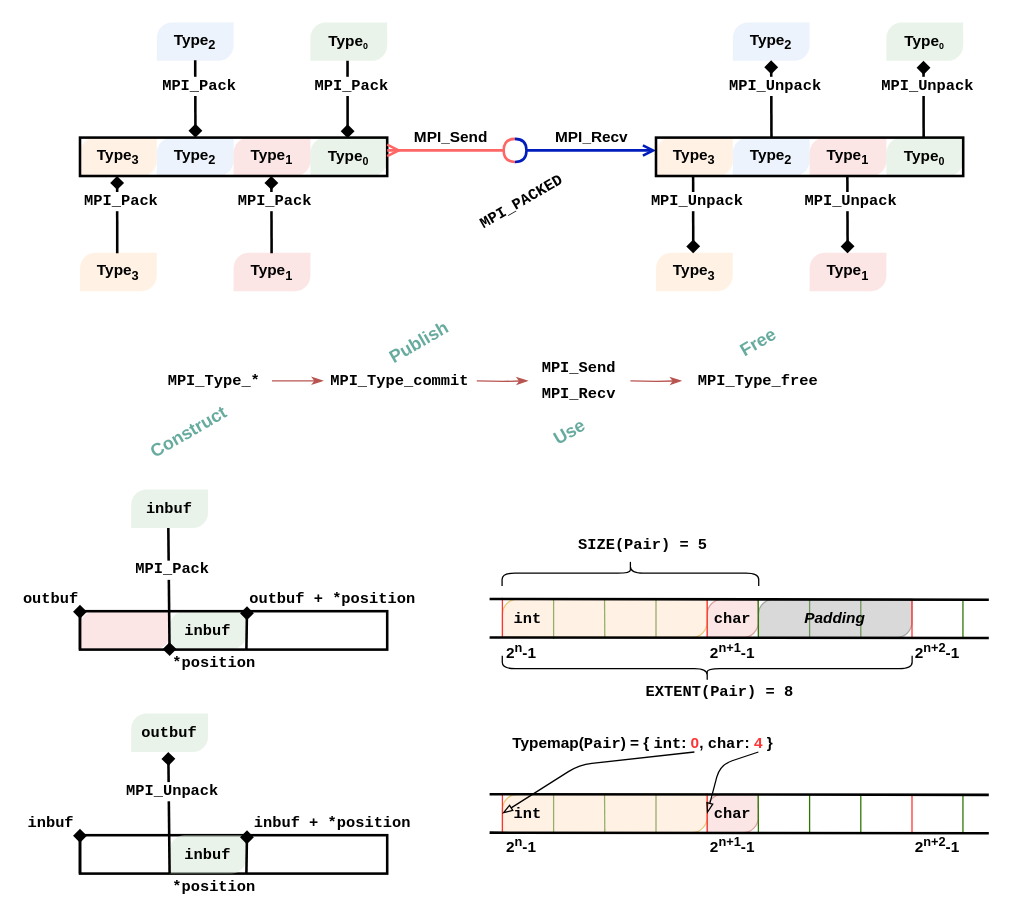
Before: content/diagrams/derived-datatypes.drawio in ENCCS/intermediate-mpi, a draw.io diagram. Source tidied: cells renumbered, new cells numbered last; positions are measured from the earlier drawing's top-left corner, leaving out a move shared by most shapes. Both pictures are drawn from the tidied source at 128%, with x=0, y=0 at pixel (22, 22).
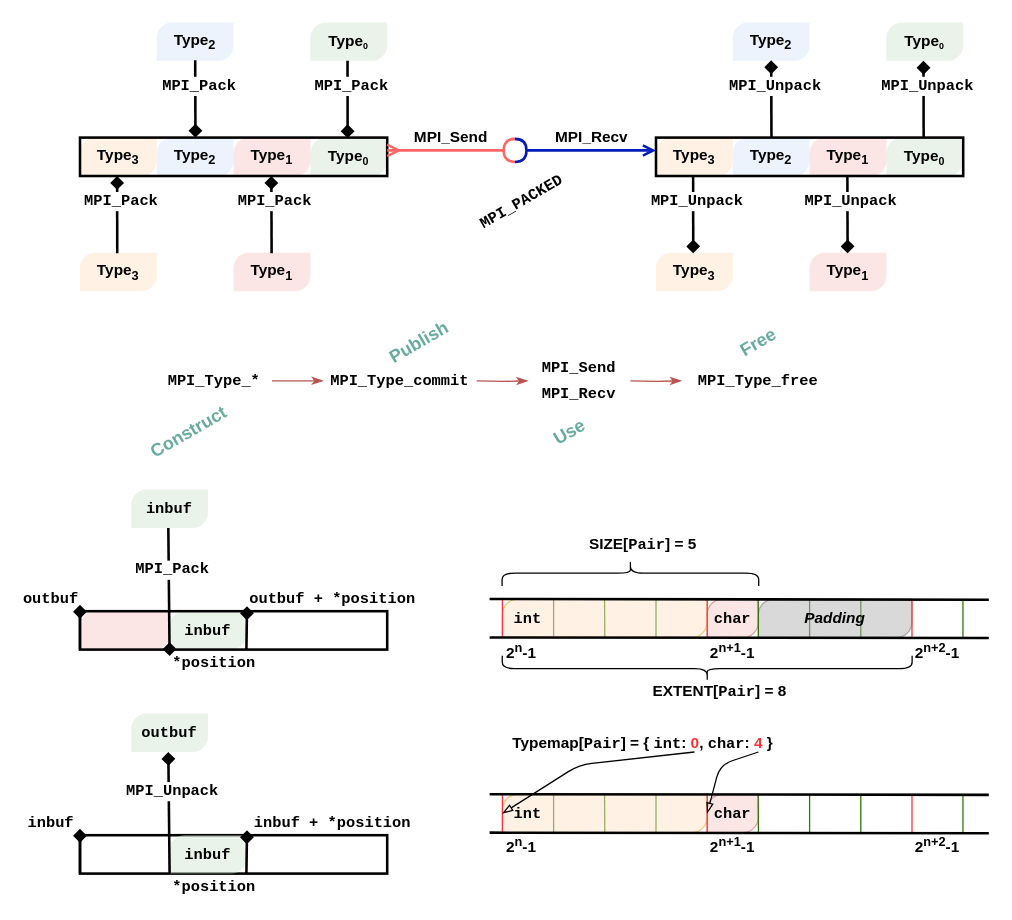
Above is the later version.

Change to the diagram source:
```diff
@@
-    <mxCell id="117" value="&lt;font face=&quot;Courier New&quot;&gt;&lt;b&gt;SIZE(Pair) = 5&lt;/b&gt;&lt;/font&gt;" style="text;html=1;strokeColor=none;fillColor=none;align=center;verticalAlign=middle;whiteSpace=wrap;rounded=0;" parent="1" vertex="1">
+    <mxCell id="117" value="&lt;b&gt;SIZE[&lt;font face=&quot;Courier New&quot;&gt;Pair&lt;/font&gt;] = 5&lt;/b&gt;" style="text;html=1;strokeColor=none;fillColor=none;align=center;verticalAlign=middle;whiteSpace=wrap;rounded=0;" parent="1" vertex="1">
       <mxGeometry x="425" y="400" width="120" height="15" as="geometry" />
     </mxCell>
-    <mxCell id="118" value="&lt;font face=&quot;Courier New&quot;&gt;&lt;b&gt;EXTENT(Pair) = 8&lt;/b&gt;&lt;/font&gt;" style="text;html=1;strokeColor=none;fillColor=none;align=center;verticalAlign=middle;whiteSpace=wrap;rounded=0;" parent="1" vertex="1">
+    <mxCell id="118" value="&lt;b&gt;EXTENT[&lt;font face=&quot;Courier New&quot;&gt;Pair&lt;/font&gt;] = 8&lt;/b&gt;" style="text;html=1;strokeColor=none;fillColor=none;align=center;verticalAlign=middle;whiteSpace=wrap;rounded=0;" parent="1" vertex="1">
       <mxGeometry x="485" y="515.5" width="120" height="15" as="geometry" />
     </mxCell>
@@
-    <mxCell id="137" value="&lt;b&gt;Typemap(&lt;font face=&quot;Courier New&quot;&gt;Pair&lt;/font&gt;) =&amp;nbsp;{ &lt;font face=&quot;Courier New&quot;&gt;int&lt;/font&gt;: &lt;font color=&quot;#ff3333&quot;&gt;0&lt;/font&gt;, &lt;font face=&quot;Courier New&quot;&gt;char&lt;/font&gt;: &lt;font color=&quot;#ff3333&quot;&gt;4&lt;/font&gt; }&lt;/b&gt;" style="text;html=1;strokeColor=none;fillColor=none;align=center;verticalAlign=middle;whiteSpace=wrap;rounded=0;" parent="1" vertex="1">
+    <mxCell id="137" value="&lt;b&gt;Typemap[&lt;font face=&quot;Courier New&quot;&gt;Pair&lt;/font&gt;] =&amp;nbsp;{ &lt;font face=&quot;Courier New&quot;&gt;int&lt;/font&gt;: &lt;font color=&quot;#ff3333&quot;&gt;0&lt;/font&gt;, &lt;font face=&quot;Courier New&quot;&gt;char&lt;/font&gt;: &lt;font color=&quot;#ff3333&quot;&gt;4&lt;/font&gt; }&lt;/b&gt;" style="text;html=1;strokeColor=none;fillColor=none;align=center;verticalAlign=middle;whiteSpace=wrap;rounded=0;" parent="1" vertex="1">
       <mxGeometry x="375" y="555" width="220" height="15" as="geometry" />
     </mxCell>
```
